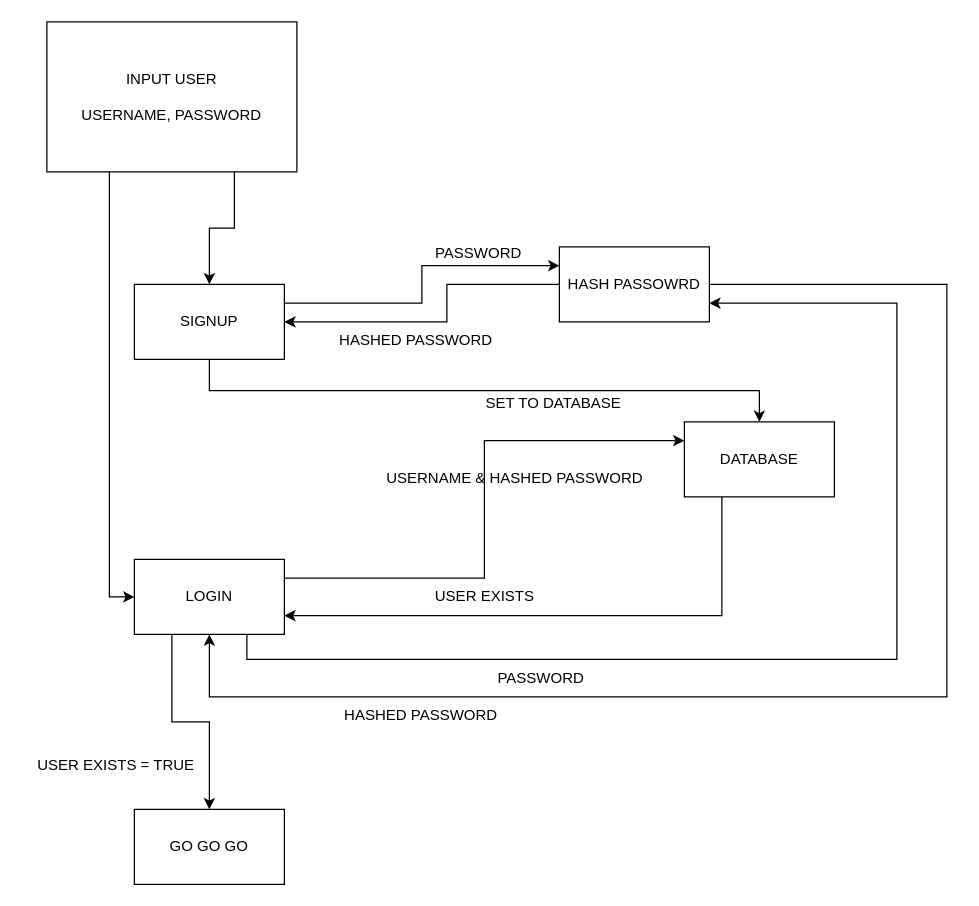
Exempler201/24-11-wiki keeps this draw.io diagram as login-hash.drawio. Above is the earlier version. Source tidied: cells renumbered, new cells numbered last; positions are measured from the earlier drawing's top-left corner, leaving out a move shared by most shapes. Both pictures are drawn from the tidied source at 125%, with x=0, y=0 at pixel (21, 21).
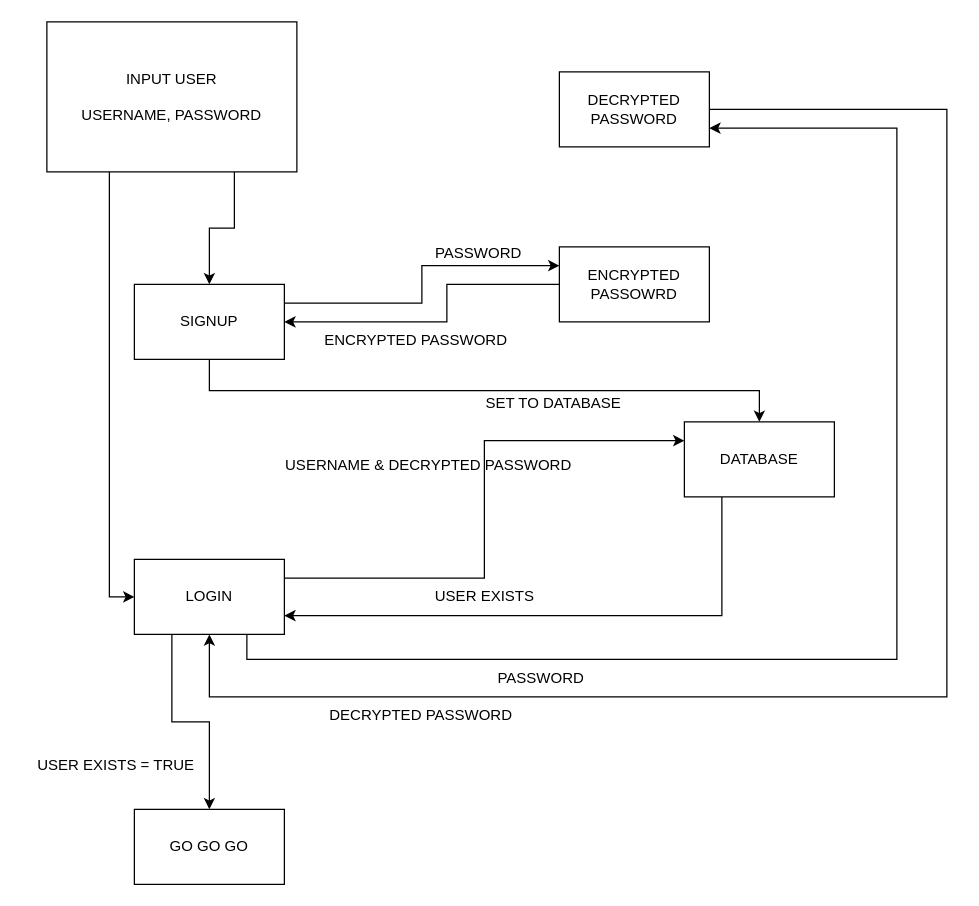
The same diagram, later.

Unchanged cells that the change refers to:
```xml
<mxCell id="19" value="LOGIN" style="rounded=0;whiteSpace=wrap;html=1;" parent="1" vertex="1">
  <mxGeometry x="90" y="430" width="120" height="60" as="geometry" />
</mxCell>
```

Diff of the diagram source:
```diff
@@
-    <mxCell id="11" style="edgeStyle=orthogonalEdgeStyle;rounded=0;jettySize=auto;html=1;exitX=1;exitY=0.5;exitDx=0;exitDy=0;entryX=0.5;entryY=1;entryDx=0;entryDy=0;" parent="1" edge="1" source="12" target="19">
+    <mxCell id="11" style="edgeStyle=orthogonalEdgeStyle;rounded=0;jettySize=auto;html=1;exitX=1;exitY=0.5;exitDx=0;exitDy=0;entryX=0.5;entryY=1;entryDx=0;entryDy=0;" parent="1" edge="1" source="26" target="19">
       <mxGeometry relative="1" as="geometry">
         <Array as="points">
-          <mxPoint x="740" y="210" />
+          <mxPoint x="740" y="70" />
           <mxPoint x="740" y="540" />
           <mxPoint x="150" y="540" />
         </Array>
       </mxGeometry>
     </mxCell>
-    <mxCell id="12" value="HASH PASSOWRD" style="rounded=0;whiteSpace=wrap;html=1;" parent="1" vertex="1">
+    <mxCell id="12" value="ENCRYPTED PASSOWRD" style="rounded=0;whiteSpace=wrap;html=1;" parent="1" vertex="1">
       <mxGeometry x="430" y="180" width="120" height="60" as="geometry" />
     </mxCell>
-    <mxCell id="13" value="HASHED PASSWORD" style="text;html=1;align=center;verticalAlign=middle;strokeColor=none;fillColor=none;" parent="1" vertex="1">
-      <mxGeometry x="240" y="240" width="150" height="30" as="geometry" />
+    <mxCell id="13" value="&lt;span style=&quot;text-wrap-mode: wrap;&quot;&gt;ENCRYPTED&lt;/span&gt;&amp;nbsp;PASSWORD" style="text;html=1;align=center;verticalAlign=middle;strokeColor=none;fillColor=none;" parent="1" vertex="1">
+      <mxGeometry x="230" y="240" width="170" height="30" as="geometry" />
     </mxCell>
@@
-    <mxCell id="16" style="edgeStyle=orthogonalEdgeStyle;rounded=0;jettySize=auto;html=1;exitX=0.75;exitY=1;exitDx=0;exitDy=0;entryX=1;entryY=0.75;entryDx=0;entryDy=0;" parent="1" edge="1" source="19" target="12">
+    <mxCell id="16" style="edgeStyle=orthogonalEdgeStyle;rounded=0;jettySize=auto;html=1;exitX=0.75;exitY=1;exitDx=0;exitDy=0;entryX=1;entryY=0.75;entryDx=0;entryDy=0;" parent="1" edge="1" source="19" target="26">
       <mxGeometry relative="1" as="geometry">
         <Array as="points">
           <mxPoint x="180" y="510" />
           <mxPoint x="700" y="510" />
-          <mxPoint x="700" y="225" />
+          <mxPoint x="700" y="85" />
         </Array>
       </mxGeometry>
     </mxCell>
@@
-    <mxCell id="21" value="HASHED PASSWORD" style="text;html=1;align=center;verticalAlign=middle;strokeColor=none;fillColor=none;" parent="1" vertex="1">
-      <mxGeometry x="244" y="540" width="150" height="30" as="geometry" />
+    <mxCell id="21" value="&lt;span style=&quot;text-wrap-mode: wrap;&quot;&gt;DECRYPTED&lt;/span&gt;&amp;nbsp;PASSWORD" style="text;html=1;align=center;verticalAlign=middle;strokeColor=none;fillColor=none;" parent="1" vertex="1">
+      <mxGeometry x="234" y="540" width="170" height="30" as="geometry" />
     </mxCell>
-    <mxCell id="22" value="USERNAME &amp;amp; HASHED PASSWORD" style="text;html=1;align=center;verticalAlign=middle;strokeColor=none;fillColor=none;" parent="1" vertex="1">
-      <mxGeometry x="279" y="350" width="230" height="30" as="geometry" />
+    <mxCell id="22" value="USERNAME &amp;amp;&amp;nbsp;&lt;span style=&quot;text-wrap-mode: wrap;&quot;&gt;DECRYPTED&lt;/span&gt;&amp;nbsp;PASSWORD" style="text;html=1;align=center;verticalAlign=middle;strokeColor=none;fillColor=none;" parent="1" vertex="1">
+      <mxGeometry x="200" y="340" width="250" height="30" as="geometry" />
     </mxCell>
@@
+    <mxCell id="26" value="DECRYPTED&lt;br&gt;PASSWORD" style="whiteSpace=wrap;html=1;" parent="1" vertex="1">
+      <mxGeometry x="430" y="40" width="120" height="60" as="geometry" />
+    </mxCell>
```
